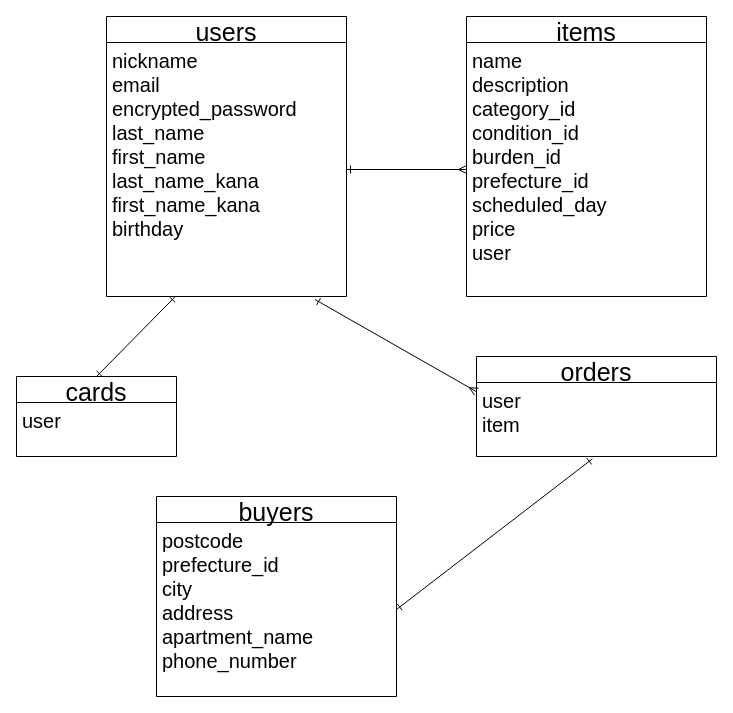
This is test.dio from yuyare97/furima-37355, a draw.io file, before an edit. Source tidied: cells renumbered, new cells numbered last; positions are measured from the earlier drawing's top-left corner, leaving out a move shared by most shapes. Both pictures are drawn from the tidied source at 100%, with x=0, y=0 at pixel (16, 16).
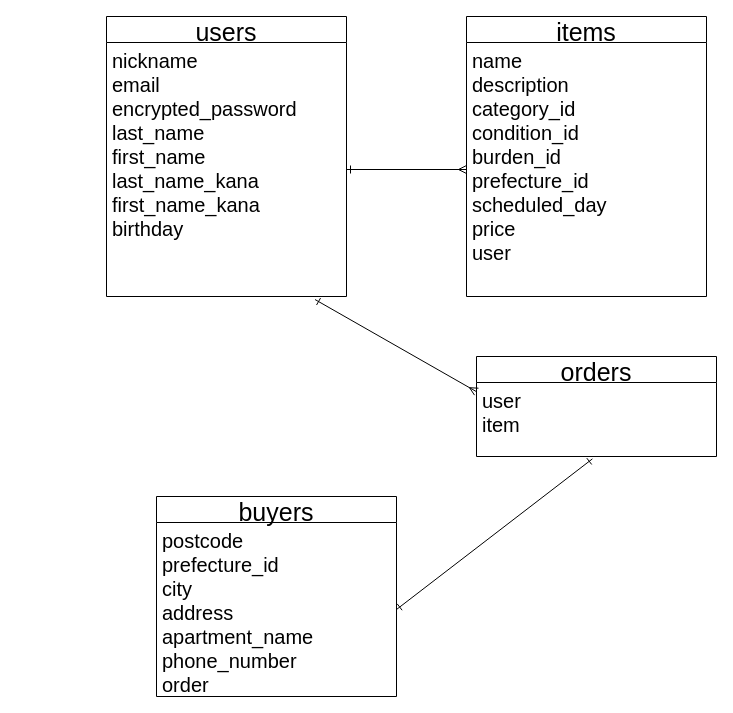
After the change.

What changed in the source:
```diff
@@
 <mxGraphModel>
   <root>
     <mxCell id="0" />
     <mxCell id="1" parent="0" />
     <mxCell id="2" value="users" style="swimlane;fontStyle=0;horizontal=1;startSize=26;align=center;fontSize=25;" parent="1" vertex="1">
       <mxGeometry x="90" width="240" height="280" as="geometry" />
     </mxCell>
     <mxCell id="3" value="nickname&#10;email&#10;encrypted_password&#10;last_name&#10;first_name&#10;last_name_kana&#10;first_name_kana&#10;birthday" style="text;strokeColor=none;fillColor=none;spacingLeft=4;spacingRight=4;overflow=hidden;points=[[0,0.5],[1,0.5]];portConstraint=eastwest;fontSize=20;align=left;" parent="2" vertex="1">
       <mxGeometry y="26" width="240" height="254" as="geometry" />
     </mxCell>
     <mxCell id="4" value="items" style="swimlane;fontStyle=0;horizontal=1;startSize=26;align=center;fontSize=25;" parent="1" vertex="1">
       <mxGeometry x="450" width="240" height="280" as="geometry" />
     </mxCell>
     <mxCell id="5" value="name&#10;description&#10;category_id&#10;condition_id&#10;burden_id&#10;prefecture_id&#10;scheduled_day&#10;price&#10;user&#10;" style="text;strokeColor=none;fillColor=none;spacingLeft=4;spacingRight=4;overflow=hidden;points=[[0,0.5],[1,0.5]];portConstraint=eastwest;fontSize=20;" parent="4" vertex="1">
       <mxGeometry y="26" width="240" height="254" as="geometry" />
     </mxCell>
     <mxCell id="6" style="edgeStyle=none;html=1;exitX=1;exitY=0.5;exitDx=0;exitDy=0;entryX=0;entryY=0.5;entryDx=0;entryDy=0;fontSize=20;endArrow=ERmany;endFill=0;startArrow=ERone;startFill=0;" parent="1" edge="1" source="3" target="5">
       <mxGeometry relative="1" as="geometry" />
     </mxCell>
     <mxCell id="7" value="buyers" style="swimlane;fontStyle=0;horizontal=1;startSize=26;align=center;fontSize=25;" parent="1" vertex="1">
       <mxGeometry x="140" y="480" width="240" height="200" as="geometry" />
     </mxCell>
-    <mxCell id="8" value="postcode&#10;prefecture_id&#10;city&#10;address&#10;apartment_name&#10;phone_number" style="text;strokeColor=none;fillColor=none;spacingLeft=4;spacingRight=4;overflow=hidden;points=[[0,0.5],[1,0.5]];portConstraint=eastwest;fontSize=20;" parent="7" vertex="1">
+    <mxCell id="8" value="postcode&#10;prefecture_id&#10;city&#10;address&#10;apartment_name&#10;phone_number&#10;order" style="text;strokeColor=none;fillColor=none;spacingLeft=4;spacingRight=4;overflow=hidden;points=[[0,0.5],[1,0.5]];portConstraint=eastwest;fontSize=20;" parent="7" vertex="1">
       <mxGeometry y="26" width="240" height="174" as="geometry" />
     </mxCell>
-    <mxCell id="9" style="edgeStyle=none;html=1;exitX=0.5;exitY=0;exitDx=0;exitDy=0;fontSize=20;startArrow=ERone;startFill=0;endArrow=ERone;endFill=0;entryX=0.286;entryY=1.001;entryDx=0;entryDy=0;entryPerimeter=0;" parent="1" edge="1" source="10" target="3">
-      <mxGeometry relative="1" as="geometry" />
-    </mxCell>
-    <mxCell id="10" value="cards" style="swimlane;fontStyle=0;horizontal=1;startSize=26;align=center;fontSize=25;" parent="1" vertex="1">
-      <mxGeometry y="360" width="160" height="80" as="geometry" />
-    </mxCell>
-    <mxCell id="11" value="user" style="text;strokeColor=none;fillColor=none;spacingLeft=4;spacingRight=4;overflow=hidden;fontSize=20;" parent="10" vertex="1">
-      <mxGeometry y="26" width="160" height="54" as="geometry" />
-    </mxCell>
     <mxCell id="12" value="orders" style="swimlane;fontStyle=0;horizontal=1;startSize=26;align=center;fontSize=25;" parent="1" vertex="1">
       <mxGeometry x="460" y="340" width="240" height="100" as="geometry" />
     </mxCell>
     <mxCell id="13" value="user&#10;item" style="text;strokeColor=none;fillColor=none;spacingLeft=4;spacingRight=4;overflow=hidden;points=[[0,0.5],[1,0.5]];portConstraint=eastwest;fontSize=20;" parent="12" vertex="1">
       <mxGeometry y="26" width="240" height="74" as="geometry" />
     </mxCell>
     <mxCell id="14" style="edgeStyle=none;html=1;exitX=0;exitY=0.124;exitDx=0;exitDy=0;entryX=0.869;entryY=1.012;entryDx=0;entryDy=0;entryPerimeter=0;fontSize=20;startArrow=ERmany;startFill=0;endArrow=ERone;endFill=0;exitPerimeter=0;" parent="1" edge="1" source="13" target="3">
       <mxGeometry relative="1" as="geometry" />
     </mxCell>
     <mxCell id="15" style="edgeStyle=none;html=1;exitX=1;exitY=0.5;exitDx=0;exitDy=0;entryX=0.483;entryY=1.032;entryDx=0;entryDy=0;entryPerimeter=0;fontSize=20;startArrow=ERone;startFill=0;endArrow=ERone;endFill=0;" parent="1" edge="1" source="8" target="13">
       <mxGeometry relative="1" as="geometry" />
     </mxCell>
   </root>
 </mxGraphModel>
```
